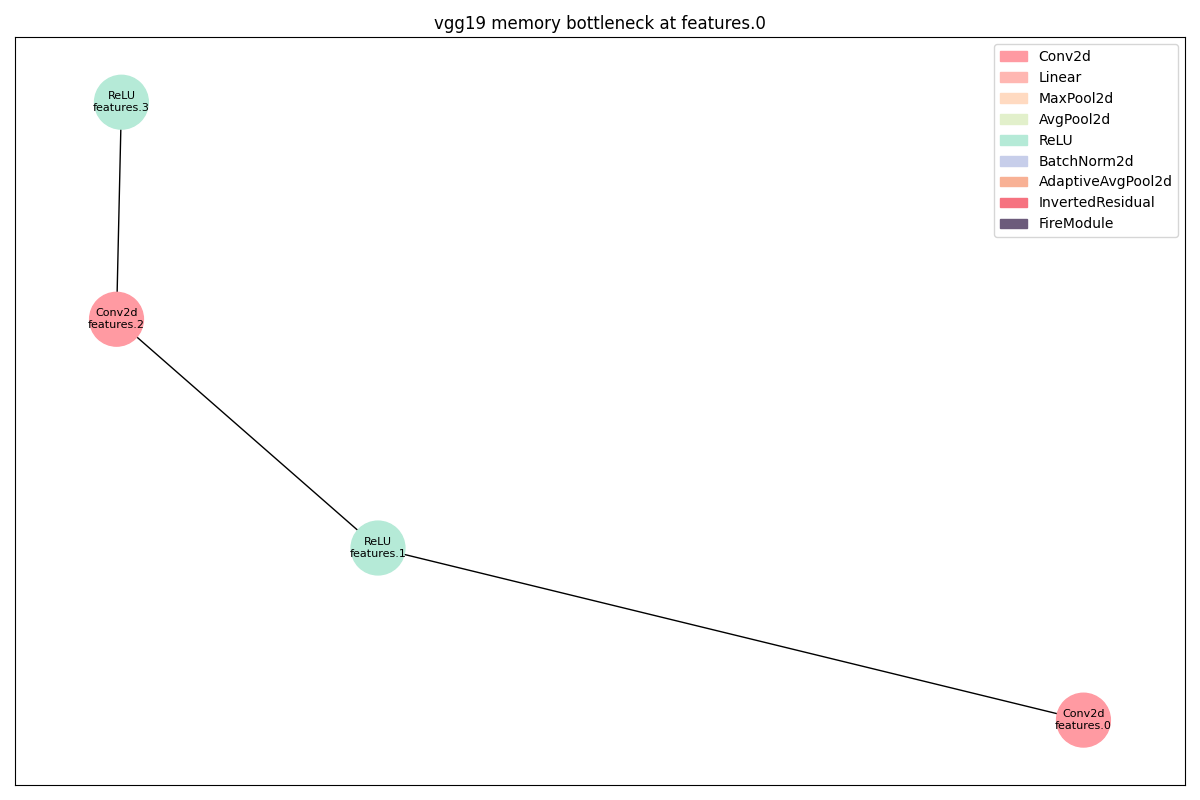
Above: dags/vgg19_memory_features_0_op.png in 11222-Meng/DNN_Bottlen_Layer_Analysis (Graphviz), before the change. Its source is kept beside it as dags/vgg19_memory_features_0_op.dot.
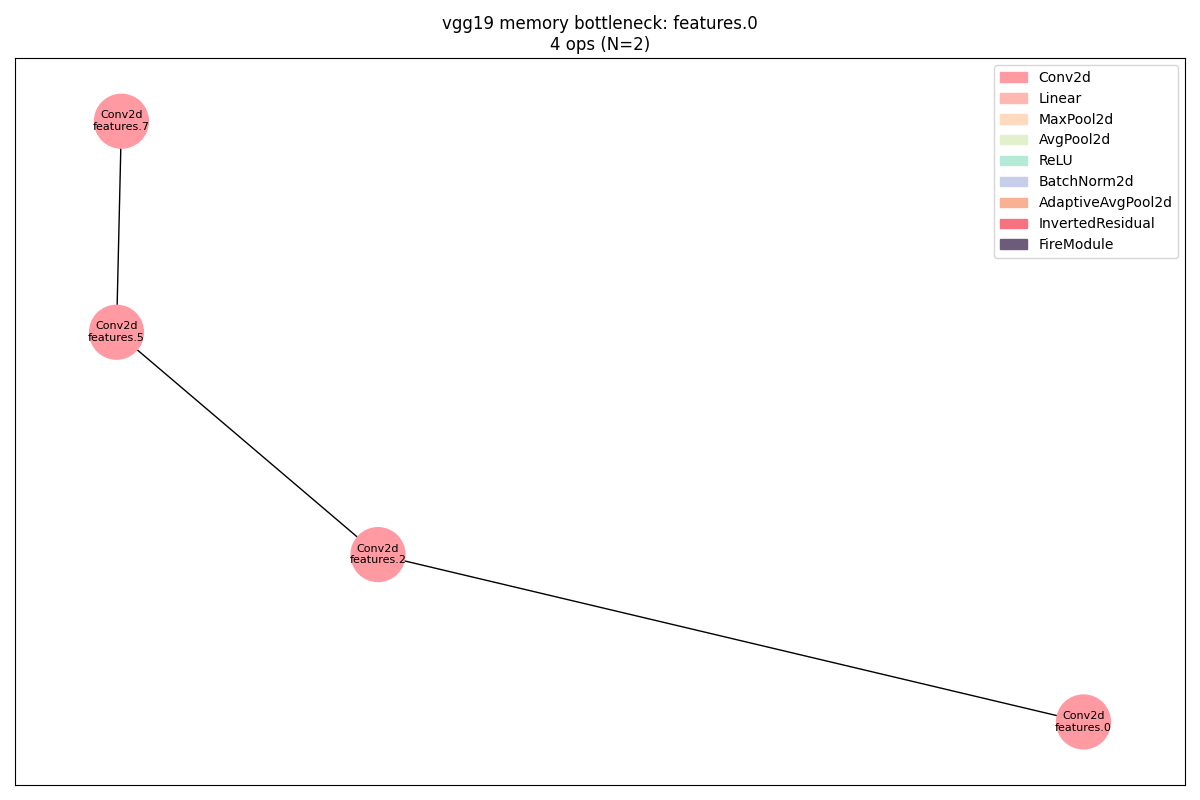
The same file after the commit.

What changed in the source:
```diff
@@ -3,19 +3,19 @@
 		layer_name="features.0",
 		params=1792,
 		type=Conv2d];
-	ReLU_0	[color="#B5EAD7",
-		layer_name="features.1",
-		params=0,
-		type=ReLU];
-	Conv2d_0 -> ReLU_0;
 	Conv2d_1	[color="#FF9AA2",
 		layer_name="features.2",
 		params=36928,
 		type=Conv2d];
-	ReLU_0 -> Conv2d_1;
-	ReLU_1	[color="#B5EAD7",
-		layer_name="features.3",
-		params=0,
-		type=ReLU];
-	Conv2d_1 -> ReLU_1;
+	Conv2d_0 -> Conv2d_1;
+	Conv2d_2	[color="#FF9AA2",
+		layer_name="features.5",
+		params=73856,
+		type=Conv2d];
+	Conv2d_1 -> Conv2d_2;
+	Conv2d_3	[color="#FF9AA2",
+		layer_name="features.7",
+		params=147584,
+		type=Conv2d];
+	Conv2d_2 -> Conv2d_3;
 }
```
